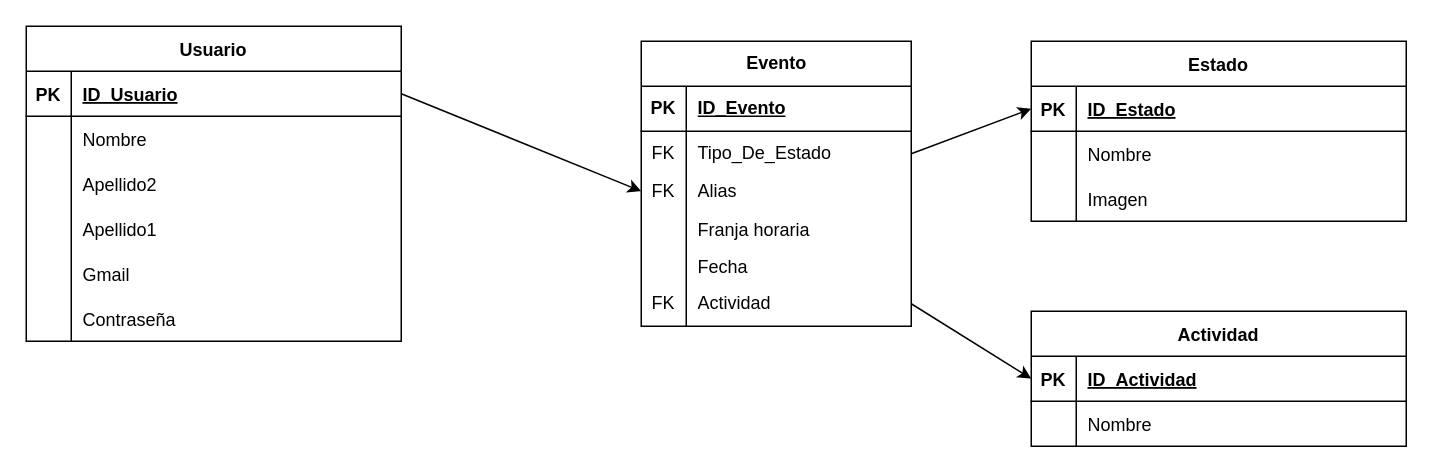
This is DiagramaEntidadRelacion.drawio from dieegomp/TFG_grupal, a draw.io file, before an edit. Source tidied: cells renumbered, new cells numbered last; positions are measured from the earlier drawing's top-left corner, leaving out a move shared by most shapes. Both pictures are drawn from the tidied source at 150%, with x=0, y=0 at pixel (26, 26).
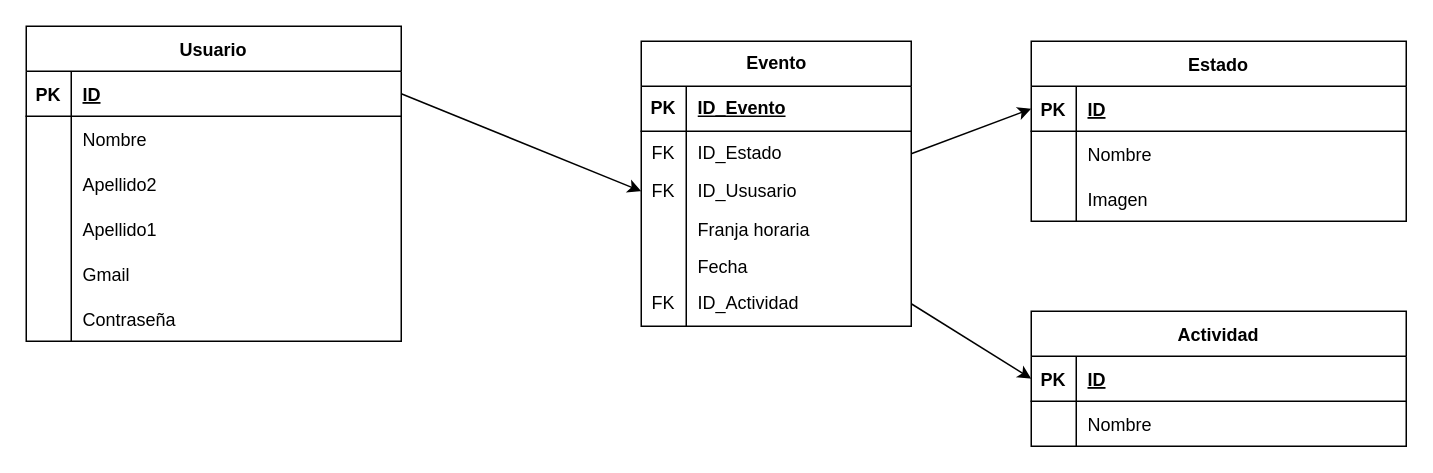
Above is the later version.

Commit message (it also covers changes not shown here):
cambios entidad relacion

The change refers to these unchanged cells:
```xml
<mxCell id="3" style="shape=partialRectangle;fillColor=none;points=[[0,0.5],[1,0.5]];portConstraint=eastwest;top=0;left=0;right=0;bottom=1;" parent="2" vertex="1">
  <mxGeometry y="30" width="250" height="30" as="geometry" />
</mxCell>
<mxCell id="13" style="shape=partialRectangle;fillColor=none;points=[[0,0.5],[1,0.5]];portConstraint=eastwest;top=0;left=0;right=0;bottom=1;" parent="12" vertex="1">
  <mxGeometry y="30" width="250" height="30" as="geometry" />
</mxCell>
<mxCell id="20" style="shape=partialRectangle;fillColor=none;points=[[0,0.5],[1,0.5]];portConstraint=eastwest;top=0;left=0;right=0;bottom=1;" parent="19" vertex="1">
  <mxGeometry y="30" width="250" height="30" as="geometry" />
</mxCell>
<mxCell id="43" style="shape=tableRow;horizontal=0;startSize=0;swimlaneHead=0;swimlaneBody=0;fillColor=none;points=[[0,0.5],[1,0.5]];portConstraint=eastwest;top=0;left=0;right=0;bottom=0;" parent="39" vertex="1">
  <mxGeometry y="60" width="180" height="30" as="geometry" />
</mxCell>
<mxCell id="46" style="shape=tableRow;horizontal=0;startSize=0;swimlaneHead=0;swimlaneBody=0;fillColor=none;points=[[0,0.5],[1,0.5]];portConstraint=eastwest;top=0;left=0;right=0;bottom=0;" parent="39" vertex="1">
  <mxGeometry y="90" width="180" height="20" as="geometry" />
</mxCell>
<mxCell id="55" style="shape=tableRow;horizontal=0;startSize=0;swimlaneHead=0;swimlaneBody=0;fillColor=none;points=[[0,0.5],[1,0.5]];portConstraint=eastwest;top=0;left=0;right=0;bottom=0;" parent="39" vertex="1">
  <mxGeometry y="160" width="180" height="30" as="geometry" />
</mxCell>
```

Change to the diagram source:
```diff
@@
-    <mxCell id="5" value="ID_Estado" style="shape=partialRectangle;overflow=hidden;fillColor=none;top=0;left=0;bottom=0;right=0;align=left;spacingLeft=6;fontStyle=5;" parent="3" vertex="1">
+    <mxCell id="5" value="ID" style="shape=partialRectangle;overflow=hidden;fillColor=none;top=0;left=0;bottom=0;right=0;align=left;spacingLeft=6;fontStyle=5;" parent="3" vertex="1">
       <mxGeometry x="30" width="220" height="30" as="geometry" />
     </mxCell>
@@
-    <mxCell id="15" value="ID_Actividad" style="shape=partialRectangle;overflow=hidden;fillColor=none;top=0;left=0;bottom=0;right=0;align=left;spacingLeft=6;fontStyle=5;" parent="13" vertex="1">
+    <mxCell id="15" value="ID" style="shape=partialRectangle;overflow=hidden;fillColor=none;top=0;left=0;bottom=0;right=0;align=left;spacingLeft=6;fontStyle=5;" parent="13" vertex="1">
       <mxGeometry x="30" width="220" height="30" as="geometry" />
     </mxCell>
@@
-    <mxCell id="22" value="ID_Usuario" style="shape=partialRectangle;overflow=hidden;fillColor=none;top=0;left=0;bottom=0;right=0;align=left;spacingLeft=6;fontStyle=5;" parent="20" vertex="1">
+    <mxCell id="22" value="ID" style="shape=partialRectangle;overflow=hidden;fillColor=none;top=0;left=0;bottom=0;right=0;align=left;spacingLeft=6;fontStyle=5;" parent="20" vertex="1">
       <mxGeometry x="30" width="220" height="30" as="geometry" />
     </mxCell>
@@
-    <mxCell id="45" value="Tipo_De_Estado" style="shape=partialRectangle;fillColor=none;top=0;left=0;bottom=0;right=0;align=left;spacingLeft=6;overflow=hidden;whiteSpace=wrap;html=1;" parent="43" vertex="1">
+    <mxCell id="45" value="ID_Estado" style="shape=partialRectangle;fillColor=none;top=0;left=0;bottom=0;right=0;align=left;spacingLeft=6;overflow=hidden;whiteSpace=wrap;html=1;" parent="43" vertex="1">
       <mxGeometry x="30" width="150" height="30" as="geometry" />
     </mxCell>
@@
-    <mxCell id="48" value="Alias" style="shape=partialRectangle;fillColor=none;top=0;left=0;bottom=0;right=0;align=left;spacingLeft=6;overflow=hidden;whiteSpace=wrap;html=1;" parent="46" vertex="1">
+    <mxCell id="48" value="ID_Ususario" style="shape=partialRectangle;fillColor=none;top=0;left=0;bottom=0;right=0;align=left;spacingLeft=6;overflow=hidden;whiteSpace=wrap;html=1;" parent="46" vertex="1">
       <mxGeometry x="30" width="150" height="20" as="geometry" />
     </mxCell>
@@
-    <mxCell id="57" value="Actividad" style="shape=partialRectangle;fillColor=none;top=0;left=0;bottom=0;right=0;align=left;spacingLeft=6;overflow=hidden;whiteSpace=wrap;html=1;" parent="55" vertex="1">
+    <mxCell id="57" value="ID_Actividad" style="shape=partialRectangle;fillColor=none;top=0;left=0;bottom=0;right=0;align=left;spacingLeft=6;overflow=hidden;whiteSpace=wrap;html=1;" parent="55" vertex="1">
       <mxGeometry x="30" width="150" height="30" as="geometry" />
     </mxCell>
```
